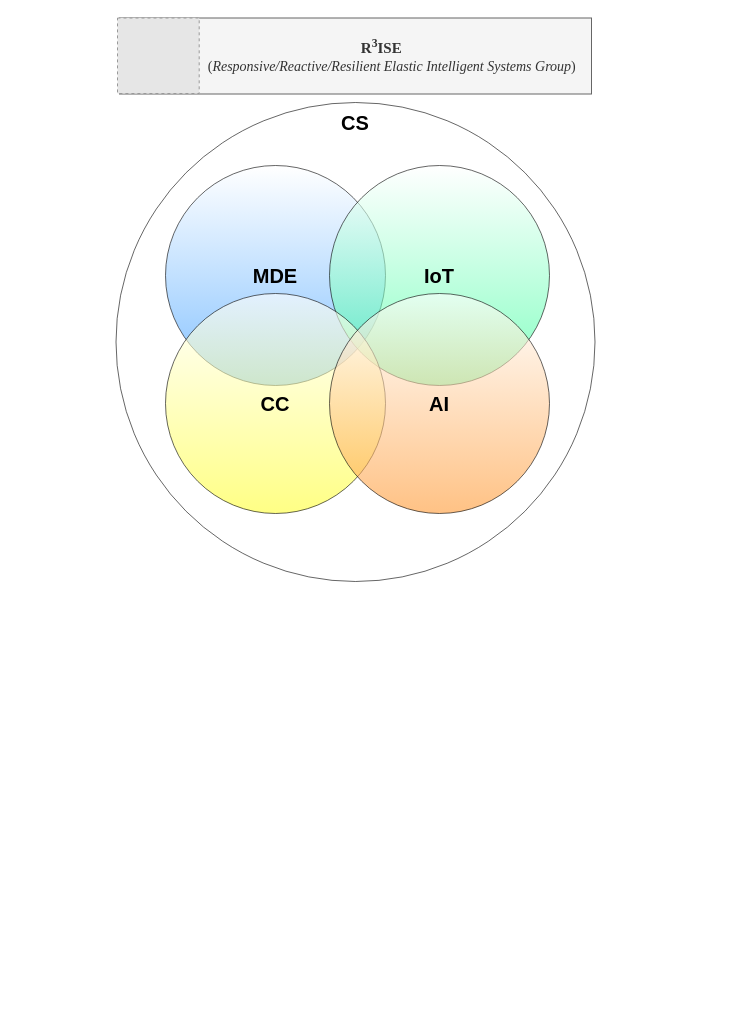
The draw.io diagram page "Research Overview" (13 of 14) of WinWorkFlow.drawio in MajidGitHubRepos/AllDiagrams, before the edit. Source tidied: cells renumbered, new cells numbered last; positions are measured from the earlier drawing's top-left corner, leaving out a move shared by most shapes. Both pictures are drawn from the tidied source at 100%, with x=0, y=0 at pixel (115, 17). Pictures stored in the file or linked from it are replaced by grey dashed boxes.
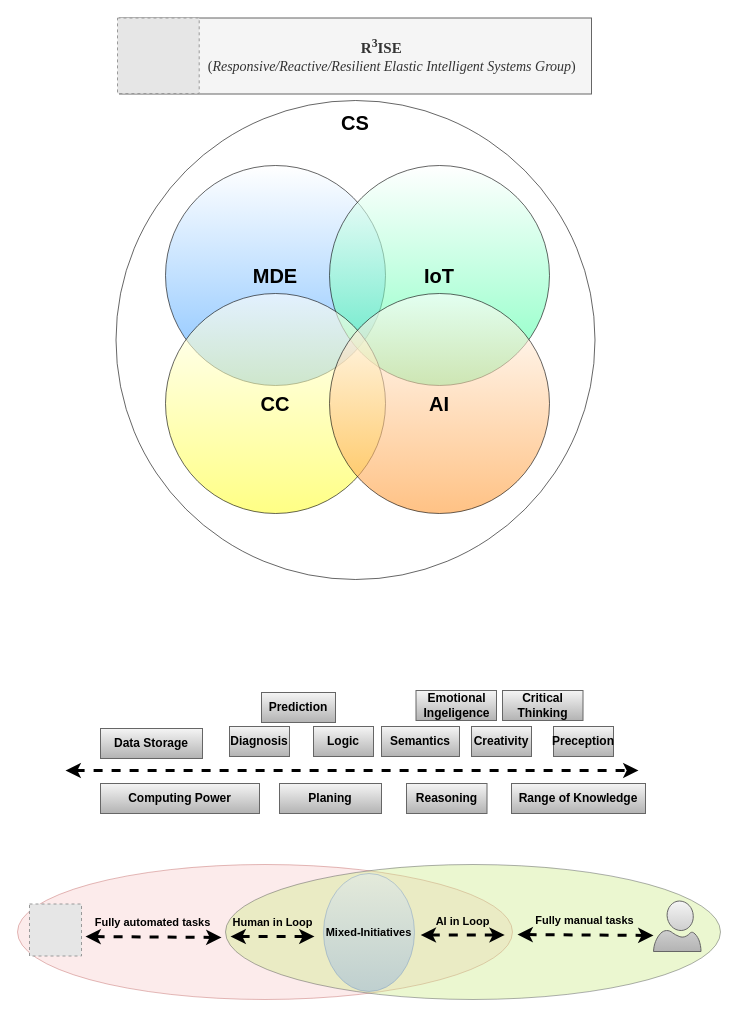
The same diagram, later.

What changed in the source:
```diff
@@
     <mxCell id="6" style="ellipse;whiteSpace=wrap;html=1;gradientColor=#3399FF;labelBackgroundColor=none;opacity=60;fillColor=none;" parent="1" vertex="1">
-      <mxGeometry x="0.5" y="85" width="479" height="479" as="geometry" />
+      <mxGeometry x="0.5" y="83" width="479" height="479" as="geometry" />
     </mxCell>
@@
+    <mxCell id="10" style="ellipse;whiteSpace=wrap;html=1;fillColor=#f8cecc;strokeColor=#b85450;opacity=40;" parent="1" vertex="1">
+      <mxGeometry x="-98" y="847" width="495" height="135" as="geometry" />
+    </mxCell>
+    <mxCell id="11" style="ellipse;whiteSpace=wrap;html=1;fillColor=#cdeb8b;strokeColor=#36393d;opacity=40;" parent="1" vertex="1">
+      <mxGeometry x="110" y="847" width="495" height="135" as="geometry" />
+    </mxCell>
+    <mxCell id="12" style="verticalLabelPosition=bottom;html=1;verticalAlign=top;align=center;strokeColor=#666666;fillColor=#f5f5f5;shape=mxgraph.azure.user;gradientColor=#b3b3b3;" parent="1" vertex="1">
+      <mxGeometry x="538" y="883.5" width="47.5" height="50.5" as="geometry" />
+    </mxCell>
+    <mxCell id="13" style="fillColor=#E6E6E6;strokeColor=#999999;dashed=1;html=1;verticalAlign=top;verticalLabelPosition=bottom;labelBackgroundColor=none;" parent="1" vertex="1">
+      <mxGeometry x="-86" y="886.5" width="52" height="52" as="geometry" />
+    </mxCell>
+    <mxCell id="14" style="endArrow=classic;startArrow=classic;html=1;rounded=0;dashed=1;jumpSize=16;strokeWidth=3;" parent="1" edge="1">
+      <mxGeometry relative="1" as="geometry">
+        <mxPoint x="-50" y="753" as="sourcePoint" />
+        <mxPoint x="523" y="753" as="targetPoint" />
+      </mxGeometry>
+    </mxCell>
+    <mxCell id="15" value="&lt;b&gt;Preception&lt;/b&gt;" style="text;html=1;strokeColor=#666666;fillColor=#f5f5f5;align=center;verticalAlign=middle;whiteSpace=wrap;rounded=0;gradientColor=#b3b3b3;" parent="1" vertex="1">
+      <mxGeometry x="438" y="709" width="60" height="30" as="geometry" />
+    </mxCell>
+    <mxCell id="16" value="&lt;b&gt;Range of Knowledge&lt;/b&gt;" style="text;html=1;strokeColor=#666666;fillColor=#f5f5f5;align=center;verticalAlign=middle;whiteSpace=wrap;rounded=0;gradientColor=#b3b3b3;" parent="1" vertex="1">
+      <mxGeometry x="396" y="766" width="134" height="30" as="geometry" />
+    </mxCell>
+    <mxCell id="17" value="&lt;b&gt;Creativity&lt;/b&gt;" style="text;html=1;strokeColor=#666666;fillColor=#f5f5f5;align=center;verticalAlign=middle;whiteSpace=wrap;rounded=0;gradientColor=#b3b3b3;" parent="1" vertex="1">
+      <mxGeometry x="356" y="709" width="60" height="30" as="geometry" />
+    </mxCell>
+    <mxCell id="18" value="&lt;b&gt;Semantics&lt;/b&gt;" style="text;html=1;strokeColor=#666666;fillColor=#f5f5f5;align=center;verticalAlign=middle;whiteSpace=wrap;rounded=0;gradientColor=#b3b3b3;" parent="1" vertex="1">
+      <mxGeometry x="266" y="709" width="78" height="30" as="geometry" />
+    </mxCell>
+    <mxCell id="19" value="&lt;b&gt;Reasoning&lt;/b&gt;" style="text;html=1;strokeColor=#666666;fillColor=#f5f5f5;align=center;verticalAlign=middle;whiteSpace=wrap;rounded=0;gradientColor=#b3b3b3;" parent="1" vertex="1">
+      <mxGeometry x="291" y="766" width="80.5" height="30" as="geometry" />
+    </mxCell>
+    <mxCell id="20" value="&lt;b&gt;Critical Thinking&lt;/b&gt;" style="text;html=1;strokeColor=#666666;fillColor=#f5f5f5;align=center;verticalAlign=middle;whiteSpace=wrap;rounded=0;gradientColor=#b3b3b3;" parent="1" vertex="1">
+      <mxGeometry x="387" y="673" width="80.5" height="30" as="geometry" />
+    </mxCell>
+    <mxCell id="21" value="&lt;b&gt;Emotional Ingeligence&lt;/b&gt;" style="text;html=1;strokeColor=#666666;fillColor=#f5f5f5;align=center;verticalAlign=middle;whiteSpace=wrap;rounded=0;gradientColor=#b3b3b3;" parent="1" vertex="1">
+      <mxGeometry x="300.5" y="673" width="80.5" height="30" as="geometry" />
+    </mxCell>
+    <mxCell id="22" value="&lt;b&gt;Logic&lt;/b&gt;" style="text;html=1;strokeColor=#666666;fillColor=#f5f5f5;align=center;verticalAlign=middle;whiteSpace=wrap;rounded=0;gradientColor=#b3b3b3;" parent="1" vertex="1">
+      <mxGeometry x="198" y="709" width="60" height="30" as="geometry" />
+    </mxCell>
+    <mxCell id="23" value="&lt;b&gt;Diagnosis&lt;/b&gt;" style="text;html=1;strokeColor=#666666;fillColor=#f5f5f5;align=center;verticalAlign=middle;whiteSpace=wrap;rounded=0;gradientColor=#b3b3b3;" parent="1" vertex="1">
+      <mxGeometry x="114" y="709" width="60" height="30" as="geometry" />
+    </mxCell>
+    <mxCell id="24" value="&lt;b&gt;Data Storage&lt;/b&gt;" style="text;html=1;strokeColor=#666666;fillColor=#f5f5f5;align=center;verticalAlign=middle;whiteSpace=wrap;rounded=0;gradientColor=#b3b3b3;" parent="1" vertex="1">
+      <mxGeometry x="-15" y="711" width="102" height="30" as="geometry" />
+    </mxCell>
+    <mxCell id="25" value="&lt;b&gt;Computing Power&lt;/b&gt;" style="text;html=1;strokeColor=#666666;fillColor=#f5f5f5;align=center;verticalAlign=middle;whiteSpace=wrap;rounded=0;gradientColor=#b3b3b3;" parent="1" vertex="1">
+      <mxGeometry x="-15" y="766" width="159" height="30" as="geometry" />
+    </mxCell>
+    <mxCell id="26" value="&lt;b&gt;Planing&lt;/b&gt;" style="text;html=1;strokeColor=#666666;fillColor=#f5f5f5;align=center;verticalAlign=middle;whiteSpace=wrap;rounded=0;gradientColor=#b3b3b3;" parent="1" vertex="1">
+      <mxGeometry x="164" y="766" width="102" height="30" as="geometry" />
+    </mxCell>
+    <mxCell id="27" value="&lt;b&gt;Prediction&lt;/b&gt;" style="text;html=1;strokeColor=#666666;fillColor=#f5f5f5;align=center;verticalAlign=middle;whiteSpace=wrap;rounded=0;gradientColor=#b3b3b3;" parent="1" vertex="1">
+      <mxGeometry x="146" y="675" width="74" height="30" as="geometry" />
+    </mxCell>
+    <mxCell id="28" value="&lt;b style=&quot;border-color: var(--border-color); font-size: 11px;&quot;&gt;Mixed-Initiatives&lt;/b&gt;" style="ellipse;whiteSpace=wrap;html=1;fillColor=#dae8fc;strokeColor=#6c8ebf;opacity=40;gradientColor=#7ea6e0;" parent="1" vertex="1">
+      <mxGeometry x="208" y="856" width="91" height="118" as="geometry" />
+    </mxCell>
+    <mxCell id="29" value="&lt;b&gt;Human in Loop&lt;/b&gt;" style="endArrow=classic;startArrow=classic;html=1;rounded=0;dashed=1;jumpSize=16;strokeWidth=3;labelBackgroundColor=none;" parent="1" edge="1">
+      <mxGeometry x="-0.01" y="14" relative="1" as="geometry">
+        <mxPoint x="115" y="919" as="sourcePoint" />
+        <mxPoint x="199" y="919" as="targetPoint" />
+      </mxGeometry>
+    </mxCell>
+    <mxCell id="30" value="&lt;b&gt;AI in Loop&lt;/b&gt;" style="endArrow=classic;startArrow=classic;html=1;rounded=0;dashed=1;jumpSize=16;strokeWidth=3;labelBackgroundColor=none;" parent="1" edge="1">
+      <mxGeometry x="-0.01" y="14" relative="1" as="geometry">
+        <mxPoint x="305.2" y="917.5" as="sourcePoint" />
+        <mxPoint x="389.2" y="917.5" as="targetPoint" />
+      </mxGeometry>
+    </mxCell>
+    <mxCell id="31" value="&lt;b&gt;Fully automated tasks&lt;/b&gt;" style="endArrow=classic;startArrow=classic;html=1;rounded=0;dashed=1;jumpSize=16;strokeWidth=3;labelBackgroundColor=none;" parent="1" edge="1">
+      <mxGeometry x="-0.01" y="14" relative="1" as="geometry">
+        <mxPoint x="-30" y="919" as="sourcePoint" />
+        <mxPoint x="106" y="920" as="targetPoint" />
+      </mxGeometry>
+    </mxCell>
+    <mxCell id="32" value="&lt;b&gt;Fully manual tasks&lt;/b&gt;" style="endArrow=classic;startArrow=classic;html=1;rounded=0;dashed=1;jumpSize=16;strokeWidth=3;labelBackgroundColor=none;" parent="1" edge="1">
+      <mxGeometry x="-0.01" y="14" relative="1" as="geometry">
+        <mxPoint x="402" y="917" as="sourcePoint" />
+        <mxPoint x="538" y="918" as="targetPoint" />
+      </mxGeometry>
+    </mxCell>
```
